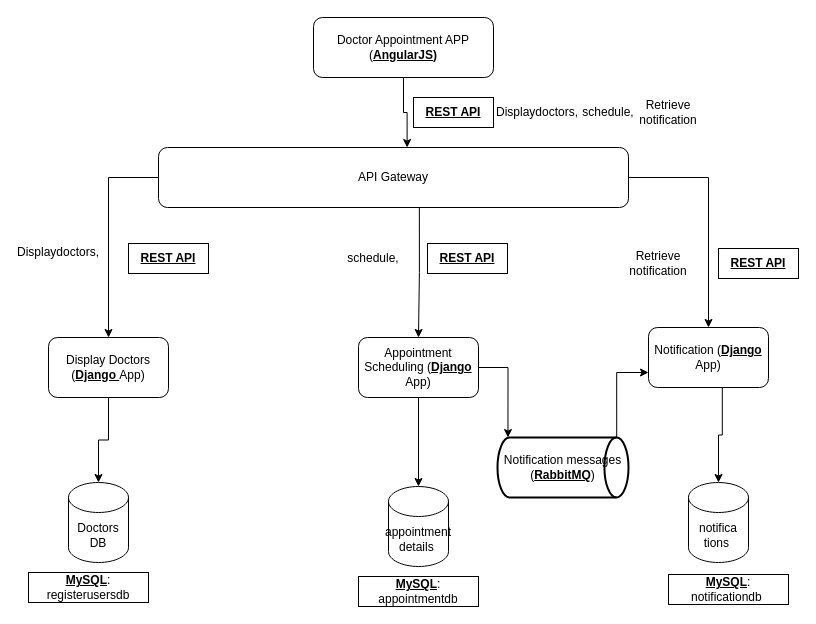
This is Untitled Diagram.drawio from atheeswaran/Scalable-Services, a draw.io file, before an edit. Source tidied: cells renumbered, new cells numbered last; positions are measured from the earlier drawing's top-left corner, leaving out a move shared by most shapes. Both pictures are drawn from the tidied source at 100%, with x=0, y=0 at pixel (28, 17).
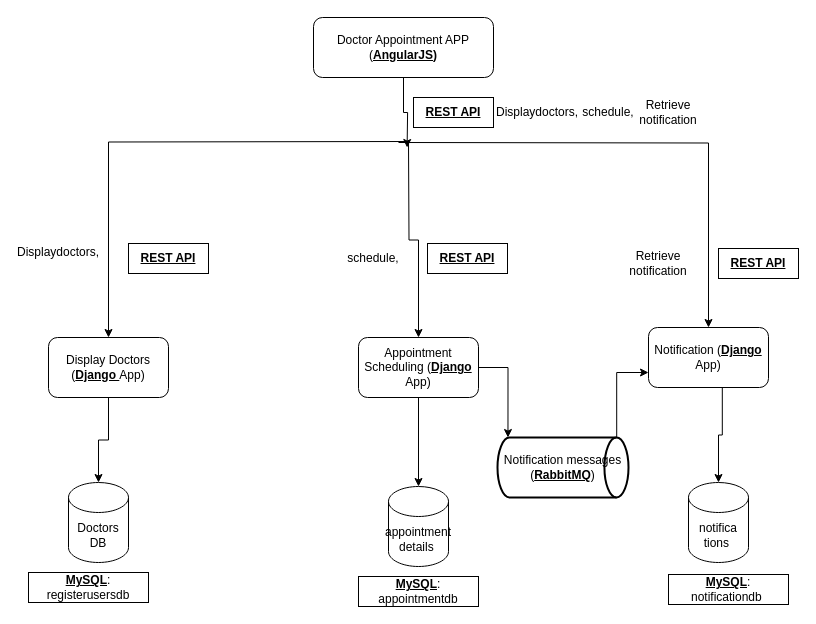
Above is the later version.

The change refers to these unchanged cells:
```xml
<mxCell id="4" value="Doctor Appointment APP (&lt;b&gt;&lt;u&gt;AngularJS)&lt;/u&gt;&lt;/b&gt;" style="rounded=1;whiteSpace=wrap;html=1;" parent="1" vertex="1">
  <mxGeometry x="285" width="180" height="60" as="geometry" />
</mxCell>
<mxCell id="10" value="Display Doctors (&lt;b&gt;&lt;u&gt;Django &lt;/u&gt;&lt;/b&gt;App)" style="rounded=1;whiteSpace=wrap;html=1;" parent="1" vertex="1">
  <mxGeometry x="20" y="320" width="120" height="60" as="geometry" />
</mxCell>
<mxCell id="12" value="Appointment Scheduling (&lt;b&gt;&lt;u&gt;Django &lt;/u&gt;&lt;/b&gt;App)" style="rounded=1;whiteSpace=wrap;html=1;" parent="1" vertex="1">
  <mxGeometry x="330" y="320" width="120" height="60" as="geometry" />
</mxCell>
<mxCell id="14" value="Notification (&lt;b&gt;&lt;u&gt;Django&lt;/u&gt;&lt;/b&gt; App)" style="rounded=1;whiteSpace=wrap;html=1;" parent="1" vertex="1">
  <mxGeometry x="620" y="310" width="120" height="60" as="geometry" />
</mxCell>
```

Diff of the diagram source:
```diff
@@
-    <mxCell id="3" style="edgeStyle=orthogonalEdgeStyle;rounded=0;jettySize=auto;html=1;entryX=0.529;entryY=0;entryDx=0;entryDy=0;entryPerimeter=0;" parent="1" edge="1" source="4" target="8">
-      <mxGeometry relative="1" as="geometry" />
+    <mxCell id="3" style="edgeStyle=orthogonalEdgeStyle;rounded=0;jettySize=auto;html=1;entryX=0.529;entryY=0;entryDx=0;entryDy=0;entryPerimeter=0;" parent="1" edge="1" source="4">
+      <mxGeometry relative="1" as="geometry">
+        <mxPoint x="378.6" y="130" as="targetPoint" />
+      </mxGeometry>
     </mxCell>
@@
-    <mxCell id="5" style="edgeStyle=orthogonalEdgeStyle;rounded=0;jettySize=auto;html=1;exitX=0;exitY=0.5;exitDx=0;exitDy=0;entryX=0.5;entryY=0;entryDx=0;entryDy=0;" parent="1" edge="1" source="8" target="10">
-      <mxGeometry relative="1" as="geometry" />
+    <mxCell id="5" style="edgeStyle=orthogonalEdgeStyle;rounded=0;jettySize=auto;html=1;entryX=0.5;entryY=0;entryDx=0;entryDy=0;" parent="1" edge="1" target="10">
+      <mxGeometry relative="1" as="geometry">
+        <mxPoint x="380" y="124" as="sourcePoint" />
+      </mxGeometry>
     </mxCell>
-    <mxCell id="6" style="edgeStyle=orthogonalEdgeStyle;rounded=0;jettySize=auto;html=1;exitX=0.555;exitY=0.986;exitDx=0;exitDy=0;exitPerimeter=0;" parent="1" edge="1" source="8" target="12">
-      <mxGeometry relative="1" as="geometry" />
+    <mxCell id="6" style="edgeStyle=orthogonalEdgeStyle;rounded=0;jettySize=auto;html=1;" parent="1" edge="1" target="12">
+      <mxGeometry relative="1" as="geometry">
+        <mxPoint x="380" y="124" as="sourcePoint" />
+      </mxGeometry>
     </mxCell>
-    <mxCell id="7" style="edgeStyle=orthogonalEdgeStyle;rounded=0;jettySize=auto;html=1;entryX=0.5;entryY=0;entryDx=0;entryDy=0;" parent="1" edge="1" source="8" target="14">
-      <mxGeometry relative="1" as="geometry" />
+    <mxCell id="7" style="edgeStyle=orthogonalEdgeStyle;rounded=0;jettySize=auto;html=1;entryX=0.5;entryY=0;entryDx=0;entryDy=0;" parent="1" edge="1" target="14">
+      <mxGeometry relative="1" as="geometry">
+        <mxPoint x="370" y="125" as="sourcePoint" />
+      </mxGeometry>
     </mxCell>
-    <mxCell id="8" value="API Gateway" style="rounded=1;whiteSpace=wrap;html=1;" parent="1" vertex="1">
-      <mxGeometry x="130" y="130" width="470" height="60" as="geometry" />
-    </mxCell>
```
